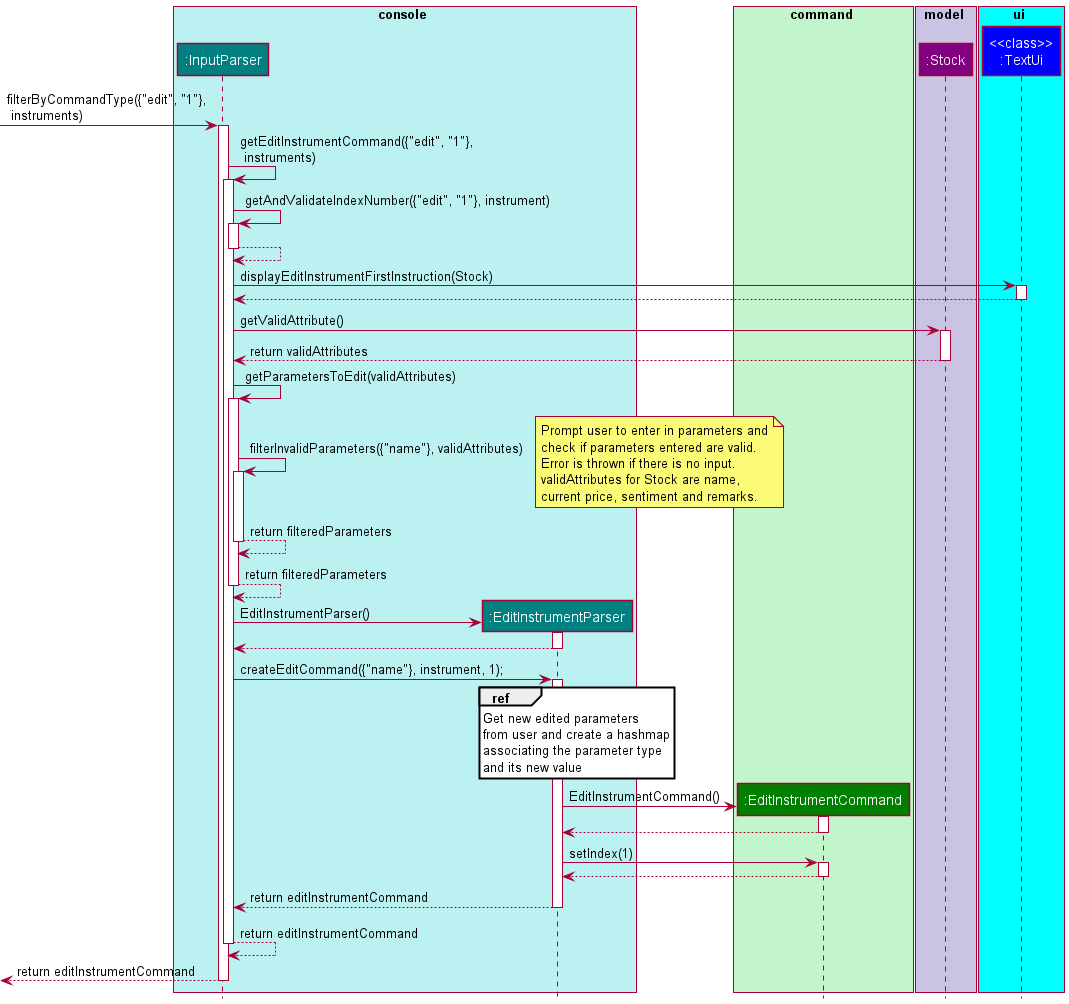
This is docs/images/EditInstrumentSequenceDiagram.png from williamlamjy/mTracker, a PlantUML export, as it was before one commit.
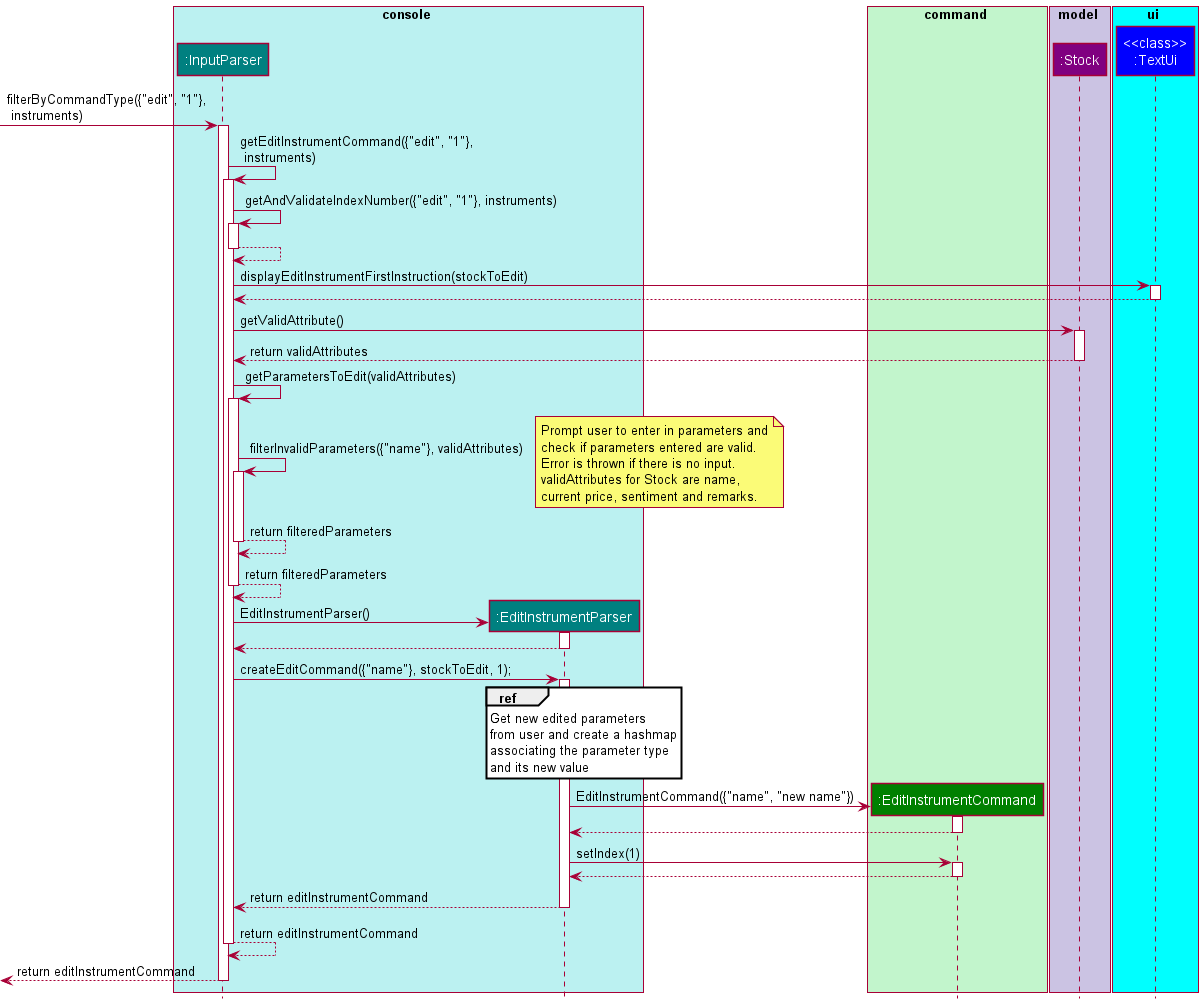
The same file after the commit.

Diff of the diagram source:
```diff
@@ -24,13 +24,13 @@
 InputParser -> InputParser: getEditInstrumentCommand({"edit", "1"},\n instruments)
 activate InputParser
 
-InputParser -> InputParser: getAndValidateIndexNumber({"edit", "1"}, instrument)
+InputParser -> InputParser: getAndValidateIndexNumber({"edit", "1"}, instruments)
 
 activate InputParser
 InputParser --> InputParser
 deactivate InputParser
 
-InputParser -> TextUi: displayEditInstrumentFirstInstruction(Stock)
+InputParser -> TextUi: displayEditInstrumentFirstInstruction(stockToEdit)
 activate TextUi
 TextUi --> InputParser
 deactivate TextUi
@@ -57,7 +57,7 @@
 EditInstrumentParser --> InputParser
 deactivate EditInstrumentParser
 
-InputParser -> EditInstrumentParser: createEditCommand({"name"}, instrument, 1);
+InputParser -> EditInstrumentParser: createEditCommand({"name"}, stockToEdit, 1);
 activate EditInstrumentParser
 
 ref over EditInstrumentParser
@@ -68,7 +68,7 @@
 endref
 
 create EditInstrumentCommand
-EditInstrumentParser -> EditInstrumentCommand: EditInstrumentCommand()
+EditInstrumentParser -> EditInstrumentCommand: EditInstrumentCommand({"name", "new name"})
 activate EditInstrumentCommand
 EditInstrumentCommand --> EditInstrumentParser
 deactivate EditInstrumentCommand
```
